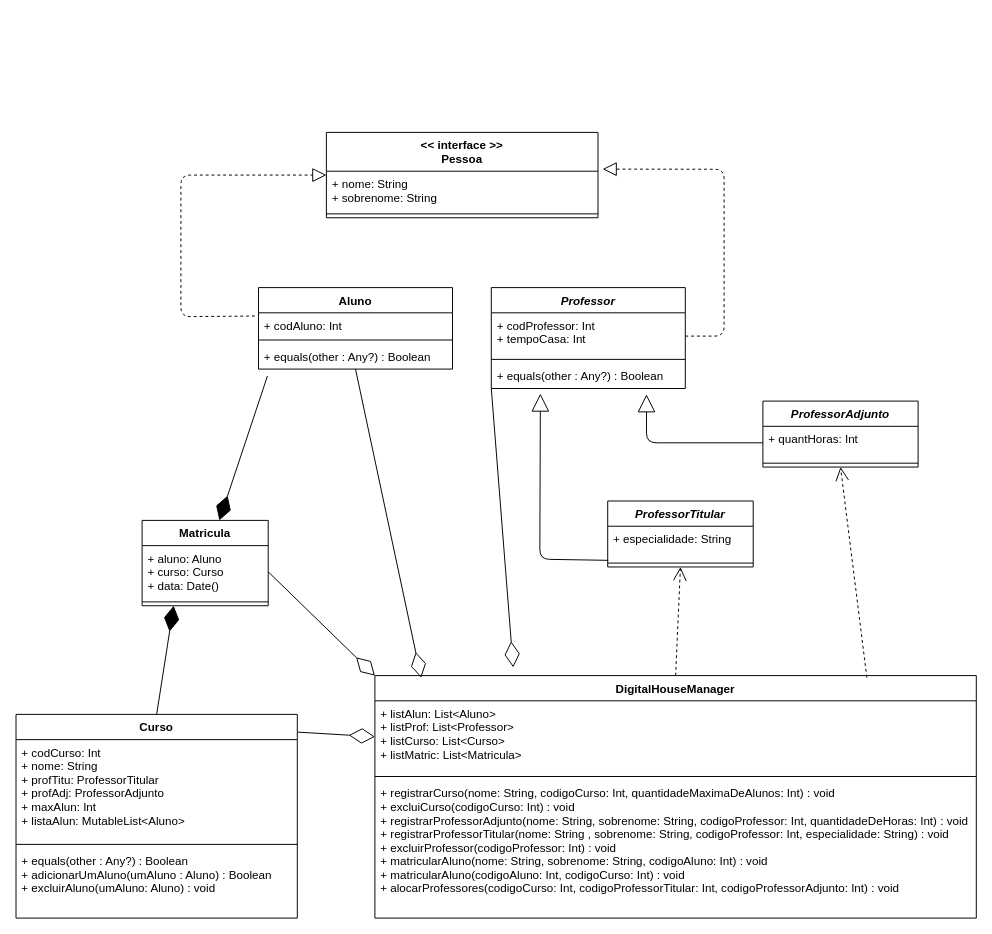
eneri-jr/Desafio1DigitalHouse keeps this draw.io diagram as Desafio1DigitalHouse.drawio. Above is the earlier version. Source tidied: cells renumbered, new cells numbered last; positions are measured from the earlier drawing's top-left corner, leaving out a move shared by most shapes. Both pictures are drawn from the tidied source at 97%, with x=0, y=0 at pixel (16, 132).
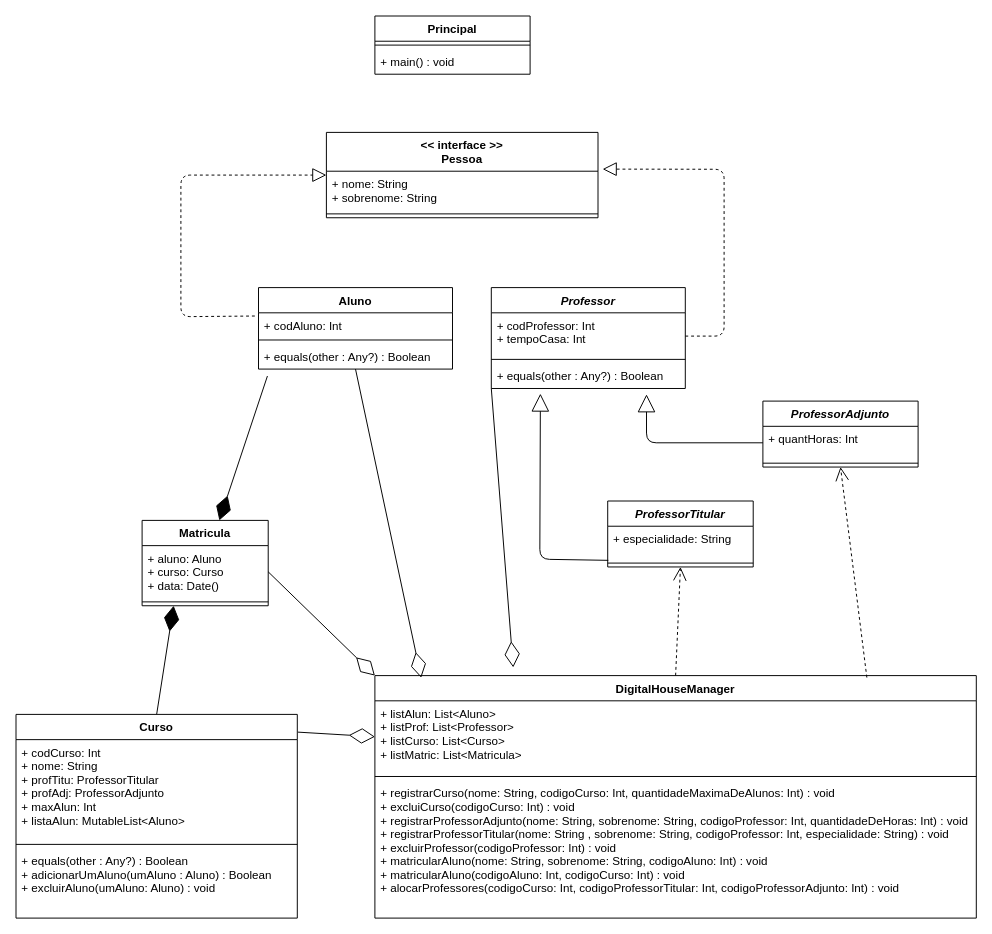
The same diagram, later.

What changed in the source:
```diff
@@
+    <mxCell id="42" value="Principal" style="swimlane;fontStyle=1;align=center;verticalAlign=top;horizontal=1;startSize=26;" parent="1" vertex="1">
+      <mxGeometry x="370" y="-120" width="160" height="60" as="geometry" />
+    </mxCell>
+    <mxCell id="43" style="line;strokeWidth=1;fillColor=none;align=left;verticalAlign=middle;spacingTop=-1;spacingLeft=3;spacingRight=3;labelPosition=right;" parent="42" vertex="1">
+      <mxGeometry y="26" width="160" height="8" as="geometry" />
+    </mxCell>
+    <mxCell id="44" value="+ main() : void" style="text;strokeColor=none;fillColor=none;align=left;verticalAlign=top;spacingLeft=4;spacingRight=4;overflow=hidden;" parent="42" vertex="1">
+      <mxGeometry y="34" width="160" height="26" as="geometry" />
+    </mxCell>
```
